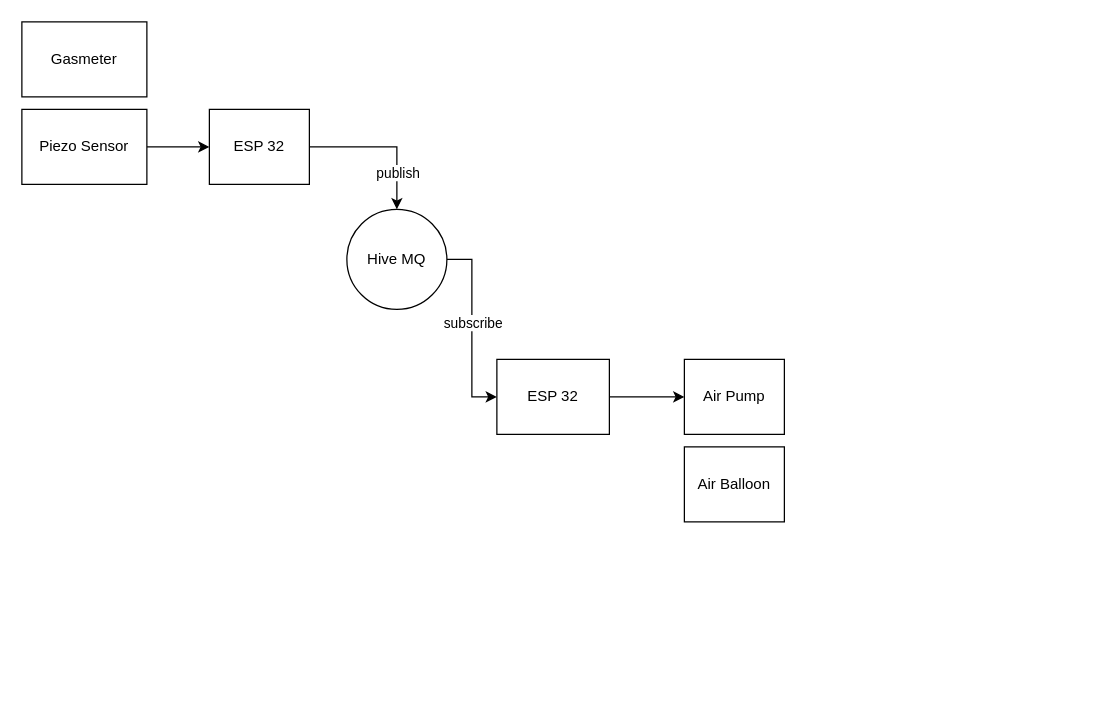
Before: STC-Balloon-Example.drawio in diyElectronicsLab/SensingTheCampus, a draw.io diagram. Source tidied: cells renumbered, new cells numbered last; positions are measured from the earlier drawing's top-left corner, leaving out a move shared by most shapes. Both pictures are drawn from the tidied source at 125%, with x=0, y=0 at pixel (21, 21).
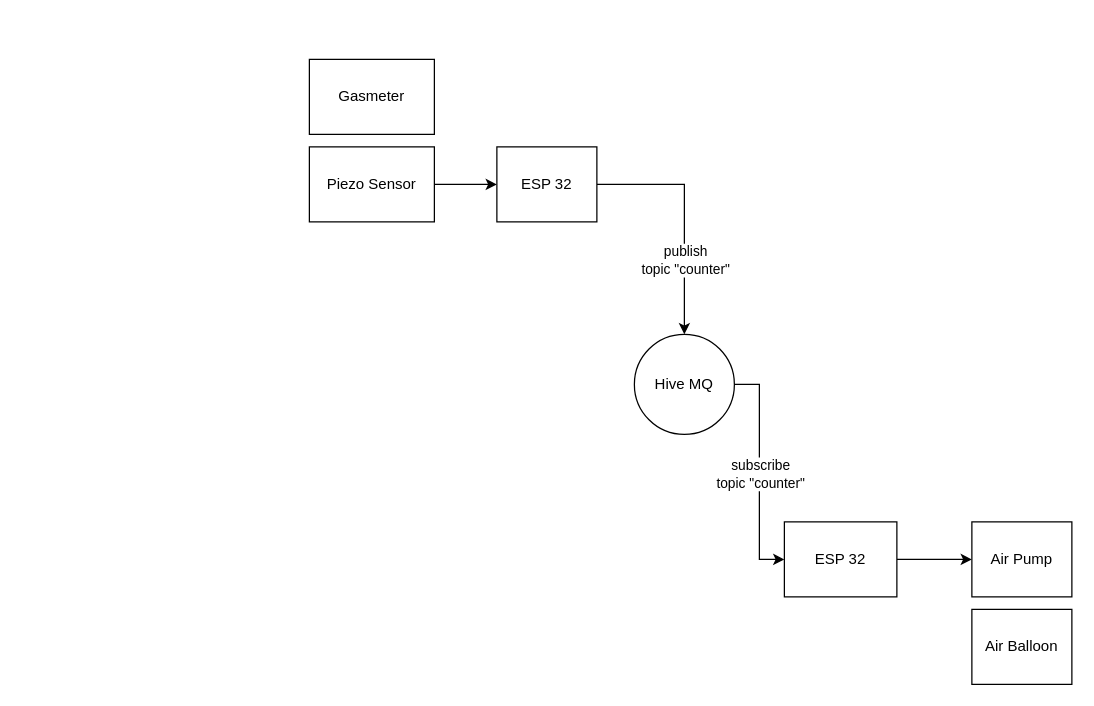
After the change.

Diff of the diagram source:
```diff
@@
 <mxGraphModel>
   <root>
     <mxCell id="0" />
     <mxCell id="1" parent="0" />
     <mxCell id="2" style="edgeStyle=orthogonalEdgeStyle;rounded=0;jettySize=auto;html=1;exitX=1;exitY=0.5;exitDx=0;exitDy=0;" parent="1" edge="1" source="3">
       <mxGeometry relative="1" as="geometry">
-        <mxPoint x="150" y="100" as="targetPoint" />
+        <mxPoint x="380" y="130" as="targetPoint" />
       </mxGeometry>
     </mxCell>
     <mxCell id="3" value="Piezo Sensor" style="rounded=0;whiteSpace=wrap;html=1;" parent="1" vertex="1">
-      <mxGeometry y="70" width="100" height="60" as="geometry" />
+      <mxGeometry x="230" y="100" width="100" height="60" as="geometry" />
     </mxCell>
     <mxCell id="4" style="edgeStyle=orthogonalEdgeStyle;rounded=0;jettySize=auto;html=1;entryX=0.5;entryY=0;entryDx=0;entryDy=0;" parent="1" edge="1" source="6" target="10">
       <mxGeometry relative="1" as="geometry" />
     </mxCell>
-    <mxCell id="5" value="publish" style="edgeLabel;html=1;align=center;verticalAlign=middle;" parent="4" vertex="1">
+    <mxCell id="5" value="publish&lt;div&gt;topic &quot;counter&quot;&lt;/div&gt;" style="edgeLabel;html=1;align=center;verticalAlign=middle;" parent="4" vertex="1">
       <mxGeometry x="-0.36" y="1" relative="1" as="geometry">
-        <mxPoint x="32" y="21" as="offset" />
+        <mxPoint x="9" y="61" as="offset" />
       </mxGeometry>
     </mxCell>
     <mxCell id="6" value="ESP 32" style="rounded=0;whiteSpace=wrap;html=1;" parent="1" vertex="1">
-      <mxGeometry x="150" y="70" width="80" height="60" as="geometry" />
+      <mxGeometry x="380" y="100" width="80" height="60" as="geometry" />
     </mxCell>
     <mxCell id="7" value="Gasmeter" style="rounded=0;whiteSpace=wrap;html=1;" parent="1" vertex="1">
-      <mxGeometry width="100" height="60" as="geometry" />
+      <mxGeometry x="230" y="30" width="100" height="60" as="geometry" />
     </mxCell>
     <mxCell id="8" style="edgeStyle=orthogonalEdgeStyle;rounded=0;jettySize=auto;html=1;entryX=0;entryY=0.5;entryDx=0;entryDy=0;" parent="1" edge="1" source="10" target="12">
       <mxGeometry relative="1" as="geometry" />
     </mxCell>
-    <mxCell id="9" value="subscribe" style="edgeLabel;html=1;align=center;verticalAlign=middle;" parent="8" vertex="1">
+    <mxCell id="9" value="subscribe&lt;div&gt;topic &quot;counter&quot;&lt;/div&gt;" style="edgeLabel;html=1;align=center;verticalAlign=middle;" parent="8" vertex="1">
       <mxGeometry x="0.38" y="-3" relative="1" as="geometry">
         <mxPoint x="3" y="-33" as="offset" />
       </mxGeometry>
     </mxCell>
     <mxCell id="10" value="Hive MQ" style="ellipse;whiteSpace=wrap;html=1;" parent="1" vertex="1">
-      <mxGeometry x="260" y="150" width="80" height="80" as="geometry" />
+      <mxGeometry x="490" y="250" width="80" height="80" as="geometry" />
     </mxCell>
     <mxCell id="11" style="edgeStyle=orthogonalEdgeStyle;rounded=0;jettySize=auto;html=1;entryX=0;entryY=0.5;entryDx=0;entryDy=0;" parent="1" edge="1" source="12" target="13">
       <mxGeometry relative="1" as="geometry" />
     </mxCell>
     <mxCell id="12" value="ESP 32" style="rounded=0;whiteSpace=wrap;html=1;" parent="1" vertex="1">
-      <mxGeometry x="380" y="270" width="90" height="60" as="geometry" />
+      <mxGeometry x="610" y="400" width="90" height="60" as="geometry" />
     </mxCell>
     <mxCell id="13" value="Air Pump" style="rounded=0;whiteSpace=wrap;html=1;" parent="1" vertex="1">
-      <mxGeometry x="530" y="270" width="80" height="60" as="geometry" />
+      <mxGeometry x="760" y="400" width="80" height="60" as="geometry" />
     </mxCell>
     <mxCell id="14" value="Air Balloon" style="rounded=0;whiteSpace=wrap;html=1;" parent="1" vertex="1">
-      <mxGeometry x="530" y="340" width="80" height="60" as="geometry" />
+      <mxGeometry x="760" y="470" width="80" height="60" as="geometry" />
     </mxCell>
   </root>
 </mxGraphModel>
```
